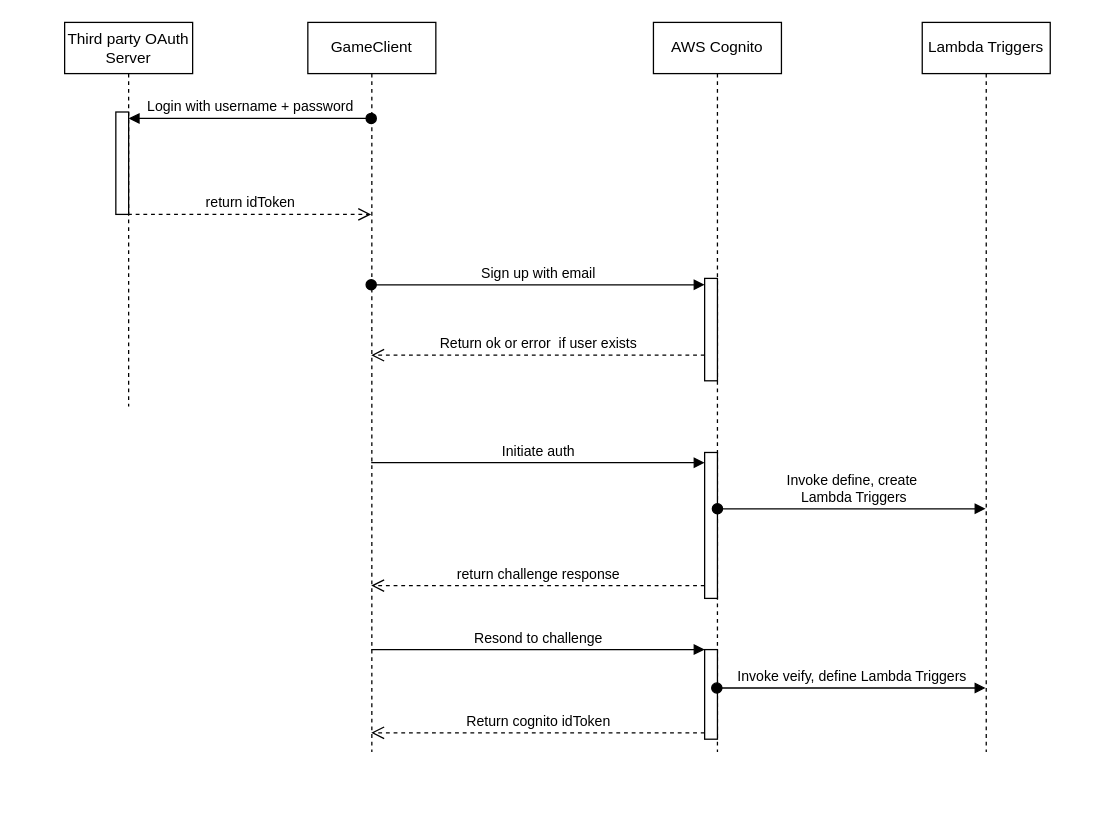
Earlier version of the draw.io diagram AWS Authentication.drawio (yaohuiwu/SimpleFS). Source tidied: cells renumbered, new cells numbered last; positions are measured from the earlier drawing's top-left corner, leaving out a move shared by most shapes. Both pictures are drawn from the tidied source at 128%, with x=0, y=0 at pixel (64, 22).
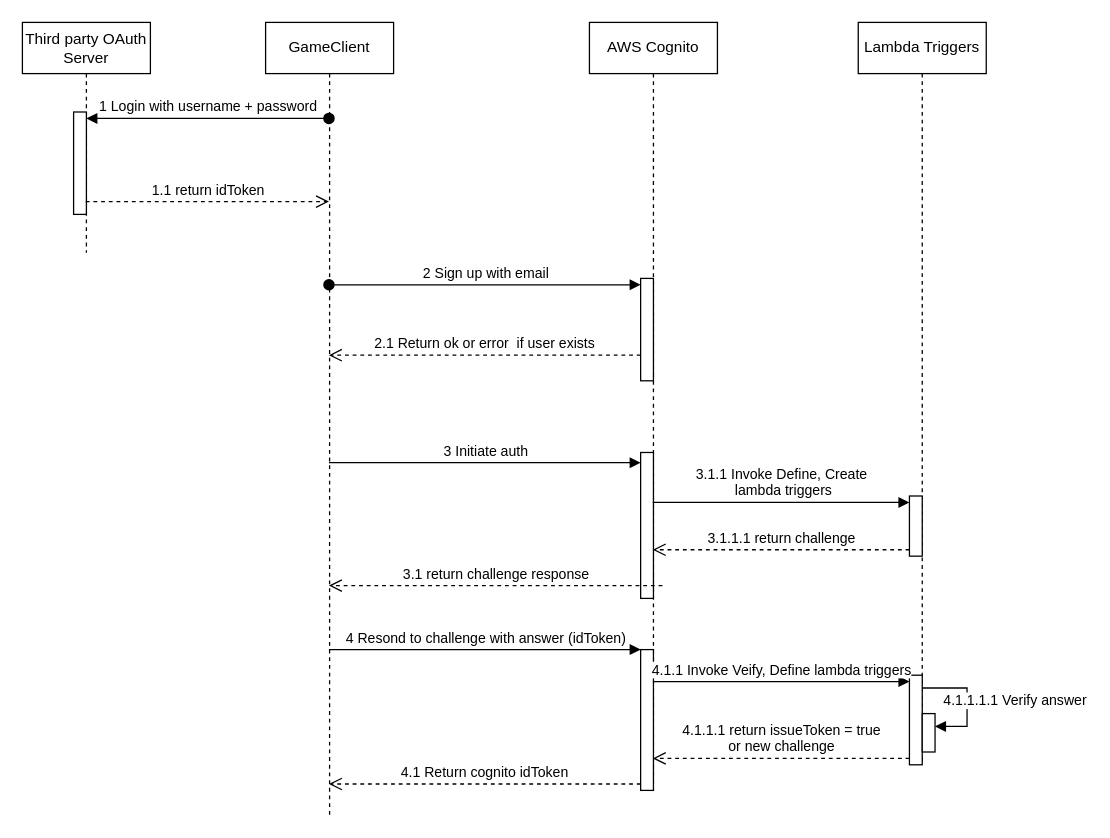
Above is the later version.

Unchanged cells that the change refers to:
```xml
<mxCell id="4" style="html=1;points=[[0,0,0,0,5],[0,1,0,0,-5],[1,0,0,0,5],[1,1,0,0,-5]];perimeter=orthogonalPerimeter;outlineConnect=0;targetShapes=umlLifeline;portConstraint=eastwest;newEdgeStyle={&quot;curved&quot;:0,&quot;rounded&quot;:0};" parent="3" vertex="1">
  <mxGeometry x="40" y="70" width="10" height="80" as="geometry" />
</mxCell>
<mxCell id="8" style="html=1;points=[[0,0,0,0,5],[0,1,0,0,-5],[1,0,0,0,5],[1,1,0,0,-5]];perimeter=orthogonalPerimeter;outlineConnect=0;targetShapes=umlLifeline;portConstraint=eastwest;newEdgeStyle={&quot;curved&quot;:0,&quot;rounded&quot;:0};" parent="7" vertex="1">
  <mxGeometry x="40" y="200" width="10" height="80" as="geometry" />
</mxCell>
```

What changed in the source:
```diff
@@
     <mxCell id="2" value="GameClient" style="shape=umlLifeline;perimeter=lifelinePerimeter;whiteSpace=wrap;html=1;outlineConnect=0;portConstraint=eastwest;newEdgeStyle={&quot;edgeStyle&quot;:&quot;elbowEdgeStyle&quot;,&quot;elbow&quot;:&quot;vertical&quot;,&quot;curved&quot;:0,&quot;rounded&quot;:0};" parent="1" vertex="1">
-      <mxGeometry x="190" width="100" height="570" as="geometry" />
+      <mxGeometry x="157" width="100" height="620" as="geometry" />
     </mxCell>
     <mxCell id="3" value="Third party OAuth Server" style="shape=umlLifeline;perimeter=lifelinePerimeter;whiteSpace=wrap;html=1;outlineConnect=0;portConstraint=eastwest;newEdgeStyle={&quot;edgeStyle&quot;:&quot;elbowEdgeStyle&quot;,&quot;elbow&quot;:&quot;vertical&quot;,&quot;curved&quot;:0,&quot;rounded&quot;:0};" parent="1" vertex="1">
-      <mxGeometry width="100" height="300" as="geometry" />
+      <mxGeometry x="-33" width="100" height="180" as="geometry" />
     </mxCell>
@@
-    <mxCell id="5" value="Login with username + password" style="html=1;verticalAlign=bottom;startArrow=oval;endArrow=block;startSize=8;curved=0;rounded=0;entryX=1;entryY=0;entryDx=0;entryDy=5;entryPerimeter=0;" parent="1" edge="1" source="2" target="4">
+    <mxCell id="5" value="1 Login with username + password" style="html=1;verticalAlign=bottom;startArrow=oval;endArrow=block;startSize=8;curved=0;rounded=0;entryX=1;entryY=0;entryDx=0;entryDy=5;entryPerimeter=0;" parent="1" edge="1" source="2" target="4">
       <mxGeometry relative="1" as="geometry" />
     </mxCell>
-    <mxCell id="6" value="return idToken" style="html=1;verticalAlign=bottom;endArrow=open;dashed=1;endSize=8;curved=0;rounded=0;" parent="1" edge="1" source="3" target="2">
-      <mxGeometry relative="1" as="geometry" />
+    <mxCell id="6" value="1.1 return idToken" style="html=1;verticalAlign=bottom;endArrow=open;dashed=1;endSize=8;curved=0;rounded=0;" parent="1" edge="1">
+      <mxGeometry relative="1" as="geometry">
+        <mxPoint x="16.5" y="140" as="sourcePoint" />
+        <mxPoint x="206.5" y="140" as="targetPoint" />
+      </mxGeometry>
     </mxCell>
     <mxCell id="7" value="AWS Cognito" style="shape=umlLifeline;perimeter=lifelinePerimeter;whiteSpace=wrap;html=1;outlineConnect=0;portConstraint=eastwest;newEdgeStyle={&quot;curved&quot;:0,&quot;rounded&quot;:0};" parent="1" vertex="1">
-      <mxGeometry x="460" width="100" height="570" as="geometry" />
+      <mxGeometry x="410" width="100" height="600" as="geometry" />
     </mxCell>
@@
     <mxCell id="10" style="html=1;points=[[0,0,0,0,5],[0,1,0,0,-5],[1,0,0,0,5],[1,1,0,0,-5]];perimeter=orthogonalPerimeter;outlineConnect=0;targetShapes=umlLifeline;portConstraint=eastwest;newEdgeStyle={&quot;curved&quot;:0,&quot;rounded&quot;:0};" parent="7" vertex="1">
-      <mxGeometry x="40" y="490" width="10" height="70" as="geometry" />
+      <mxGeometry x="40" y="490" width="10" height="110" as="geometry" />
     </mxCell>
-    <mxCell id="11" value="Sign up with email" style="html=1;verticalAlign=bottom;startArrow=oval;startFill=1;endArrow=block;startSize=8;curved=0;rounded=0;entryX=0;entryY=0;entryDx=0;entryDy=5;entryPerimeter=0;" parent="1" edge="1" source="2" target="8">
+    <mxCell id="11" value="2 Sign up with email" style="html=1;verticalAlign=bottom;startArrow=oval;startFill=1;endArrow=block;startSize=8;curved=0;rounded=0;entryX=0;entryY=0;entryDx=0;entryDy=5;entryPerimeter=0;" parent="1" edge="1" source="2" target="8">
       <mxGeometry relative="1" as="geometry" />
     </mxCell>
-    <mxCell id="12" value="Return ok or error&amp;nbsp; if user exists" style="html=1;verticalAlign=bottom;endArrow=open;dashed=1;endSize=8;curved=0;rounded=0;" parent="1" edge="1" source="8" target="2">
+    <mxCell id="12" value="2.1 Return ok or error&amp;nbsp; if user exists" style="html=1;verticalAlign=bottom;endArrow=open;dashed=1;endSize=8;curved=0;rounded=0;" parent="1" edge="1" source="8" target="2">
       <mxGeometry relative="1" as="geometry">
         <Array as="points">
-          <mxPoint x="320" y="260" />
+          <mxPoint x="287" y="260" />
         </Array>
       </mxGeometry>
     </mxCell>
-    <mxCell id="13" value="Initiate auth" style="html=1;verticalAlign=bottom;endArrow=block;curved=0;rounded=0;entryX=0;entryY=0;entryDx=0;entryDy=5;" parent="1" edge="1">
+    <mxCell id="13" value="3 Initiate auth" style="html=1;verticalAlign=bottom;endArrow=block;curved=0;rounded=0;" parent="1" edge="1">
       <mxGeometry relative="1" as="geometry">
-        <mxPoint x="239.5" y="344" as="sourcePoint" />
-        <mxPoint x="500" y="344" as="targetPoint" />
+        <mxPoint x="206.5" y="344" as="sourcePoint" />
+        <mxPoint x="450" y="344" as="targetPoint" />
       </mxGeometry>
     </mxCell>
-    <mxCell id="14" value="return challenge response" style="html=1;verticalAlign=bottom;endArrow=open;dashed=1;endSize=8;curved=0;rounded=0;" parent="1" edge="1" target="2">
+    <mxCell id="14" value="3.1 return challenge response" style="html=1;verticalAlign=bottom;endArrow=open;dashed=1;endSize=8;curved=0;rounded=0;" parent="1" edge="1" target="2">
       <mxGeometry relative="1" as="geometry">
-        <mxPoint x="500" y="440" as="sourcePoint" />
+        <mxPoint x="467" y="440" as="sourcePoint" />
         <Array as="points">
-          <mxPoint x="480" y="440" />
+          <mxPoint x="447" y="440" />
         </Array>
       </mxGeometry>
     </mxCell>
-    <mxCell id="15" value="Resond to challenge" style="html=1;verticalAlign=bottom;endArrow=block;curved=0;rounded=0;" parent="1" edge="1" source="2" target="10">
+    <mxCell id="15" value="4 Resond to challenge with answer (idToken)" style="html=1;verticalAlign=bottom;endArrow=block;curved=0;rounded=0;" parent="1" edge="1" source="2" target="10">
       <mxGeometry relative="1" as="geometry" />
     </mxCell>
-    <mxCell id="16" value="Return cognito idToken" style="html=1;verticalAlign=bottom;endArrow=open;dashed=1;endSize=8;curved=0;rounded=0;exitX=0;exitY=1;exitDx=0;exitDy=-5;" parent="1" edge="1" source="10" target="2">
+    <mxCell id="16" value="4.1 Return cognito idToken" style="html=1;verticalAlign=bottom;endArrow=open;dashed=1;endSize=8;curved=0;rounded=0;exitX=0;exitY=1;exitDx=0;exitDy=-5;" parent="1" edge="1" source="10" target="2">
       <mxGeometry relative="1" as="geometry" />
     </mxCell>
     <mxCell id="17" value="Lambda Triggers" style="shape=umlLifeline;perimeter=lifelinePerimeter;whiteSpace=wrap;html=1;outlineConnect=0;portConstraint=eastwest;newEdgeStyle={&quot;curved&quot;:0,&quot;rounded&quot;:0};" parent="1" vertex="1">
-      <mxGeometry x="670" width="100" height="570" as="geometry" />
+      <mxGeometry x="620" width="100" height="580" as="geometry" />
     </mxCell>
-    <mxCell id="18" value="Invoke define, create&lt;br&gt;&amp;nbsp;Lambda Triggers" style="html=1;verticalAlign=bottom;startArrow=oval;startFill=1;endArrow=block;startSize=8;curved=0;rounded=0;" parent="1" edge="1">
-      <mxGeometry relative="1" as="geometry">
-        <mxPoint x="510" y="380" as="sourcePoint" />
-        <mxPoint x="719.5" y="380" as="targetPoint" />
-      </mxGeometry>
-    </mxCell>
-    <mxCell id="19" value="Invoke veify, define Lambda Triggers" style="html=1;verticalAlign=bottom;startArrow=oval;startFill=1;endArrow=block;startSize=8;curved=0;rounded=0;" parent="1" edge="1" source="7" target="17">
-      <mxGeometry relative="1" as="geometry">
-        <Array as="points">
-          <mxPoint x="600" y="520" />
-        </Array>
-      </mxGeometry>
-    </mxCell>
+    <mxCell id="20" style="html=1;points=[[0,0,0,0,5],[0,1,0,0,-5],[1,0,0,0,5],[1,1,0,0,-5]];perimeter=orthogonalPerimeter;outlineConnect=0;targetShapes=umlLifeline;portConstraint=eastwest;newEdgeStyle={&quot;curved&quot;:0,&quot;rounded&quot;:0};" parent="17" vertex="1">
+      <mxGeometry x="40" y="370" width="10" height="47" as="geometry" />
+    </mxCell>
+    <mxCell id="21" style="html=1;points=[[0,0,0,0,5],[0,1,0,0,-5],[1,0,0,0,5],[1,1,0,0,-5]];perimeter=orthogonalPerimeter;outlineConnect=0;targetShapes=umlLifeline;portConstraint=eastwest;newEdgeStyle={&quot;curved&quot;:0,&quot;rounded&quot;:0};" parent="17" vertex="1">
+      <mxGeometry x="40" y="510" width="10" height="70" as="geometry" />
+    </mxCell>
+    <mxCell id="22" value="4.1.1.1.1 Verify answer" style="html=1;align=left;spacingLeft=2;endArrow=block;rounded=0;edgeStyle=orthogonalEdgeStyle;curved=0;rounded=0;" parent="17" edge="1" target="23">
+      <mxGeometry x="-0.71" y="-10" relative="1" as="geometry">
+        <mxPoint x="50" y="520" as="sourcePoint" />
+        <Array as="points">
+          <mxPoint x="85" y="550" />
+        </Array>
+      </mxGeometry>
+    </mxCell>
+    <mxCell id="23" style="html=1;points=[[0,0,0,0,5],[0,1,0,0,-5],[1,0,0,0,5],[1,1,0,0,-5]];perimeter=orthogonalPerimeter;outlineConnect=0;targetShapes=umlLifeline;portConstraint=eastwest;newEdgeStyle={&quot;curved&quot;:0,&quot;rounded&quot;:0};" parent="17" vertex="1">
+      <mxGeometry x="50" y="540" width="10" height="30" as="geometry" />
+    </mxCell>
+    <mxCell id="24" value="3.1.1 Invoke Define, Create&lt;br style=&quot;border-color: var(--darkreader-border--border-color); --darkreader-inline-border: var(--darkreader-border--darkreader-border--border-color);&quot;&gt;&amp;nbsp;lambda triggers" style="html=1;verticalAlign=bottom;endArrow=block;curved=0;rounded=0;entryX=0;entryY=0;entryDx=0;entryDy=5;" parent="1" edge="1" source="7" target="20">
+      <mxGeometry relative="1" as="geometry" />
+    </mxCell>
+    <mxCell id="25" value="3.1.1.1 return challenge" style="html=1;verticalAlign=bottom;endArrow=open;dashed=1;endSize=8;curved=0;rounded=0;exitX=0;exitY=1;exitDx=0;exitDy=-5;" parent="1" edge="1" source="20" target="7">
+      <mxGeometry relative="1" as="geometry" />
+    </mxCell>
+    <mxCell id="26" value="4.1.1.1 return issueToken = true &lt;br&gt;or new challenge" style="html=1;verticalAlign=bottom;endArrow=open;dashed=1;endSize=8;curved=0;rounded=0;" parent="1" edge="1" target="7">
+      <mxGeometry relative="1" as="geometry">
+        <mxPoint x="660" y="575" as="sourcePoint" />
+      </mxGeometry>
+    </mxCell>
+    <mxCell id="27" value="4.1.1 Invoke Veify, Define lambda triggers" style="html=1;verticalAlign=bottom;endArrow=block;curved=0;rounded=0;entryX=0;entryY=0;entryDx=0;entryDy=5;" parent="1" edge="1" source="7" target="21">
+      <mxGeometry relative="1" as="geometry" />
+    </mxCell>
```
